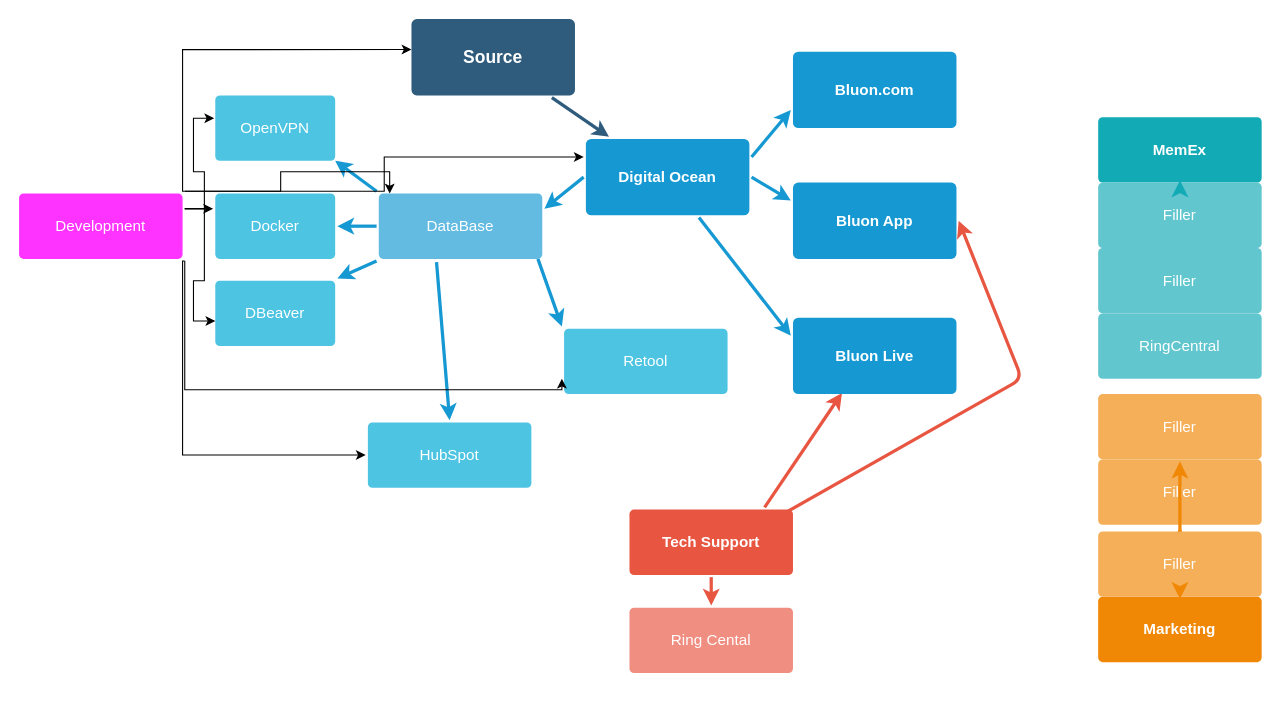
The draw.io diagram startingFolder-Other/Untitled Diagram.drawio in Bluon-Kyle/diagrams-drawings, before the edit. Source tidied: cells renumbered, new cells numbered last; positions are measured from the earlier drawing's top-left corner, leaving out a move shared by most shapes. Both pictures are drawn from the tidied source at 109%, with x=0, y=0 at pixel (19, 19).
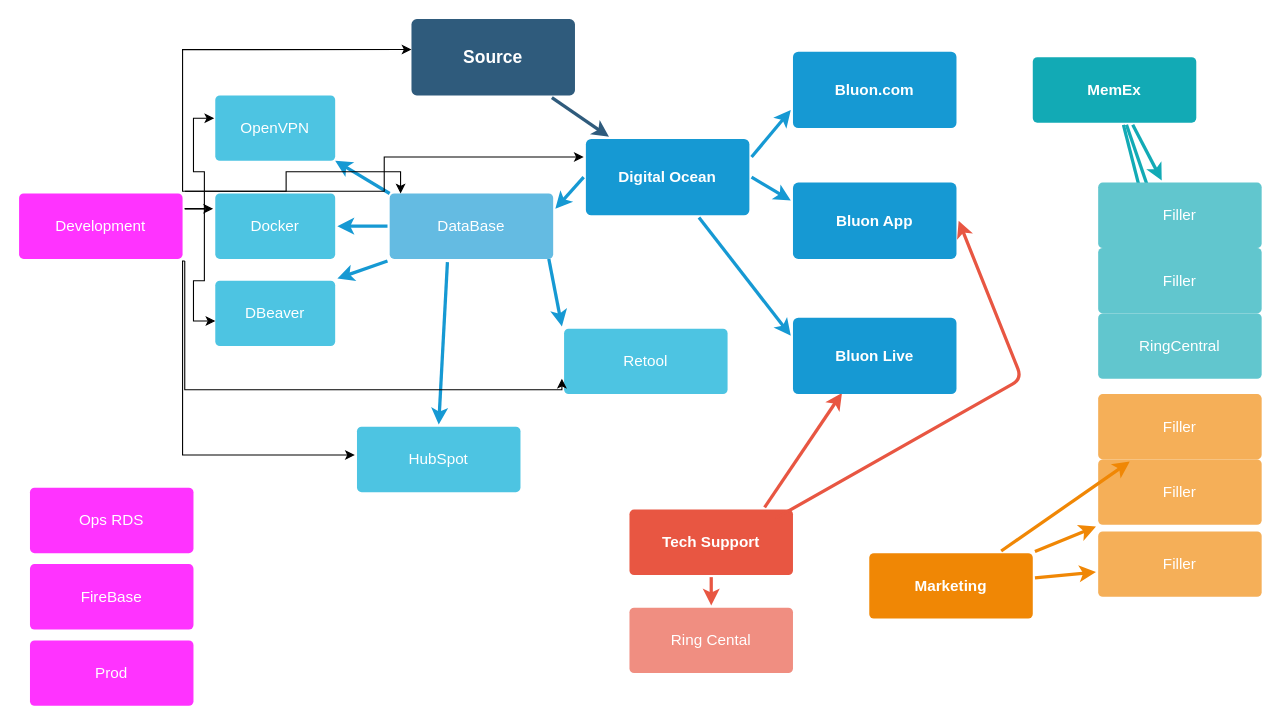
Above is the later version.

What changed in the source:
```diff
@@
     <mxCell id="11" value="DataBase" style="rounded=1;whiteSpace=wrap;html=1;shadow=0;labelBackgroundColor=none;strokeColor=none;strokeWidth=3;fillColor=#64bbe2;fontFamily=Helvetica;fontSize=14;fontColor=#FFFFFF;align=center;spacing=5;arcSize=7;perimeterSpacing=2;" parent="1" vertex="1">
-      <mxGeometry x="330" y="160" width="150" height="60" as="geometry" />
+      <mxGeometry x="340" y="160" width="150" height="60" as="geometry" />
     </mxCell>
     <mxCell id="12" value="Marketing" style="rounded=1;whiteSpace=wrap;html=1;shadow=0;labelBackgroundColor=none;strokeColor=none;strokeWidth=3;fillColor=#F08705;fontFamily=Helvetica;fontSize=14;fontColor=#FFFFFF;align=center;spacing=5;fontStyle=1;arcSize=7;perimeterSpacing=2;" parent="1" vertex="1">
-      <mxGeometry x="990" y="530" width="150" height="60" as="geometry" />
+      <mxGeometry x="780" y="490" width="150" height="60" as="geometry" />
     </mxCell>
@@
     <mxCell id="19" value="MemEx" style="rounded=1;whiteSpace=wrap;html=1;shadow=0;labelBackgroundColor=none;strokeColor=none;strokeWidth=3;fillColor=#12aab5;fontFamily=Helvetica;fontSize=14;fontColor=#FFFFFF;align=center;spacing=5;fontStyle=1;arcSize=7;perimeterSpacing=2;" parent="1" vertex="1">
-      <mxGeometry x="990" y="90" width="150" height="60" as="geometry" />
+      <mxGeometry x="930" y="35" width="150" height="60" as="geometry" />
     </mxCell>
@@
     <mxCell id="28" value="HubSpot" style="rounded=1;whiteSpace=wrap;html=1;shadow=0;labelBackgroundColor=none;strokeColor=none;strokeWidth=3;fillColor=#4DC4E2;fontFamily=Helvetica;fontSize=14;fontColor=#FFFFFF;align=center;spacing=5;arcSize=7;perimeterSpacing=2;" parent="1" vertex="1">
-      <mxGeometry x="320" y="370" width="150" height="60" as="geometry" />
+      <mxGeometry x="310" y="374" width="150" height="60" as="geometry" />
     </mxCell>
@@
-    <mxCell id="31" style="edgeStyle=none;rounded=0;jumpStyle=none;html=1;shadow=0;labelBackgroundColor=none;startArrow=none;startFill=0;endArrow=classic;endFill=1;jettySize=auto;strokeColor=#1699D3;strokeWidth=3;fontFamily=Helvetica;fontSize=14;fontColor=#FFFFFF;spacing=5;exitX=0;exitY=0;exitDx=0;exitDy=0;" parent="1" edge="1" source="11">
+    <mxCell id="31" style="edgeStyle=none;rounded=0;jumpStyle=none;html=1;shadow=0;labelBackgroundColor=none;startArrow=none;startFill=0;endArrow=classic;endFill=1;jettySize=auto;orthogonalLoop=1;strokeColor=#1699D3;strokeWidth=3;fontFamily=Helvetica;fontSize=14;fontColor=#FFFFFF;spacing=5;" parent="1" edge="1">
       <mxGeometry relative="1" as="geometry">
+        <mxPoint x="340" y="160" as="sourcePoint" />
         <mxPoint x="290" y="130" as="targetPoint" />
       </mxGeometry>
     </mxCell>
@@
+    <mxCell id="51" value="FireBase" style="rounded=1;whiteSpace=wrap;html=1;shadow=0;labelBackgroundColor=none;strokeColor=none;strokeWidth=3;fillColor=#FF33FF;fontFamily=Helvetica;fontSize=14;fontColor=#FFFFFF;align=center;spacing=5;arcSize=7;perimeterSpacing=2;" parent="1" vertex="1">
+      <mxGeometry x="10" y="500" width="150" height="60" as="geometry" />
+    </mxCell>
+    <mxCell id="52" value="Ops RDS" style="rounded=1;whiteSpace=wrap;html=1;shadow=0;labelBackgroundColor=none;strokeColor=none;strokeWidth=3;fillColor=#FF33FF;fontFamily=Helvetica;fontSize=14;fontColor=#FFFFFF;align=center;spacing=5;arcSize=7;perimeterSpacing=2;" parent="1" vertex="1">
+      <mxGeometry x="10" y="430" width="150" height="60" as="geometry" />
+    </mxCell>
+    <mxCell id="53" value="Prod" style="rounded=1;whiteSpace=wrap;html=1;shadow=0;labelBackgroundColor=none;strokeColor=none;strokeWidth=3;fillColor=#FF33FF;fontFamily=Helvetica;fontSize=14;fontColor=#FFFFFF;align=center;spacing=5;arcSize=7;perimeterSpacing=2;" parent="1" vertex="1">
+      <mxGeometry x="10" y="570" width="150" height="60" as="geometry" />
+    </mxCell>
```
